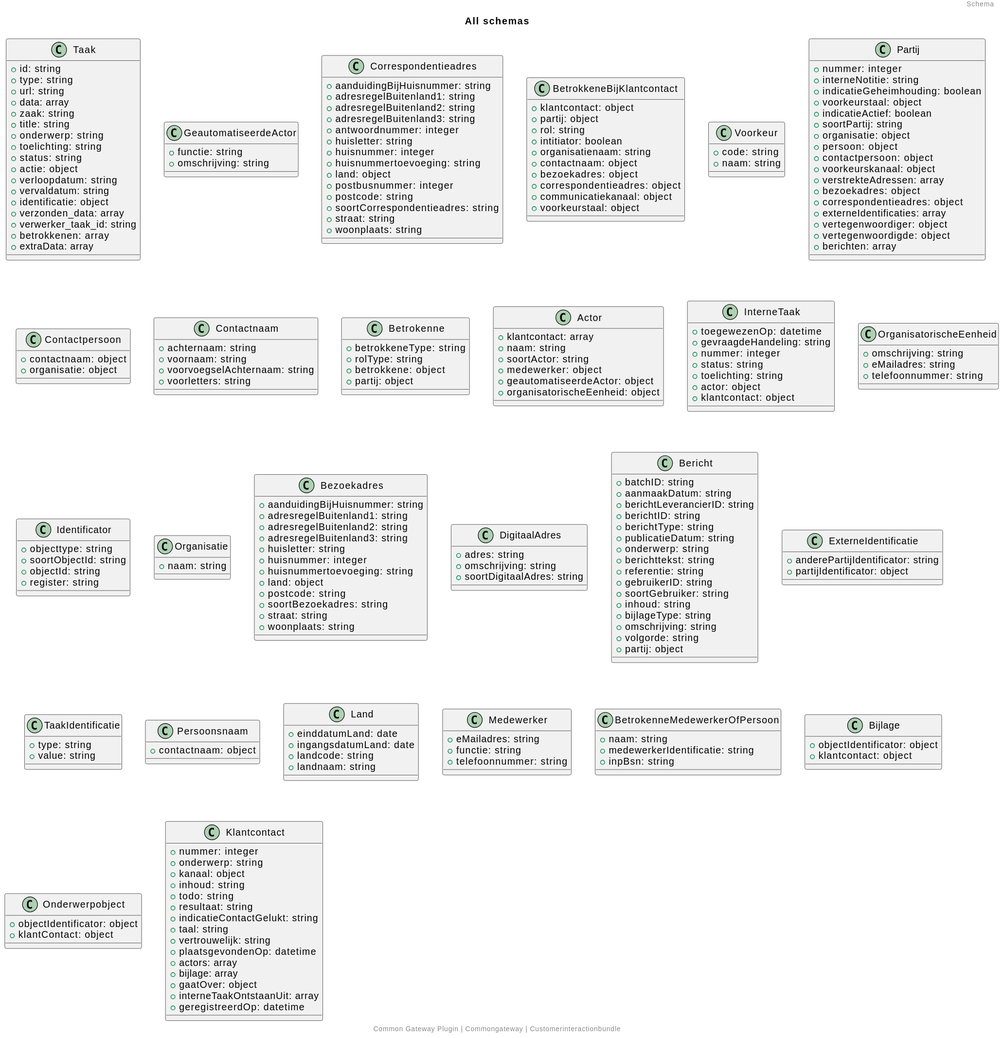
Earlier version of the PlantUML export docs/schema/all_schema_classes.svg (CommonGateway/CustomerInteractionBundle).
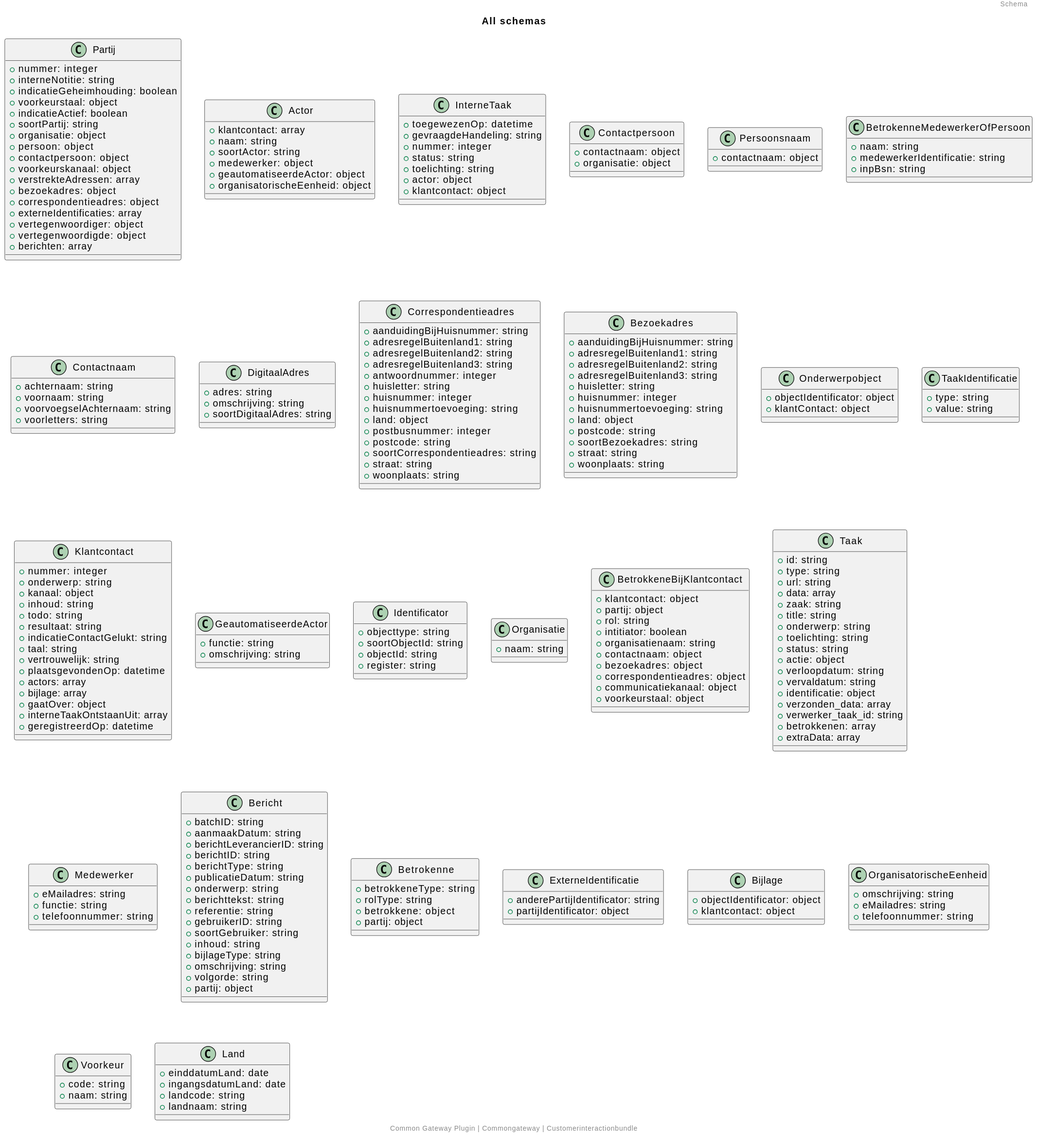
The same file after the commit.

Change to the diagram source:
```diff
@@ -2,6 +2,145 @@
 title: All schemas
 footer: Common Gateway Plugin | Commongateway | Customerinteractionbundle
 header: Schema
+class Partij {
+  + nummer: integer
+  + interneNotitie: string
+  + indicatieGeheimhouding: boolean
+  + voorkeurstaal: object
+  + indicatieActief: boolean
+  + soortPartij: string
+  + organisatie: object
+  + persoon: object
+  + contactpersoon: object
+  + voorkeurskanaal: object
+  + verstrekteAdressen: array
+  + bezoekadres: object
+  + correspondentieadres: object
+  + externeIdentificaties: array
+  + vertegenwoordiger: object
+  + vertegenwoordigde: object
+  + berichten: array
+}
+class Actor {
+  + klantcontact: array
+  + naam: string
+  + soortActor: string
+  + medewerker: object
+  + geautomatiseerdeActor: object
+  + organisatorischeEenheid: object
+}
+class InterneTaak {
+  + toegewezenOp: datetime
+  + gevraagdeHandeling: string
+  + nummer: integer
+  + status: string
+  + toelichting: string
+  + actor: object
+  + klantcontact: object
+}
+class Contactpersoon {
+  + contactnaam: object
+  + organisatie: object
+}
+class Persoonsnaam {
+  + contactnaam: object
+}
+class BetrokenneMedewerkerOfPersoon {
+  + naam: string
+  + medewerkerIdentificatie: string
+  + inpBsn: string
+}
+class Contactnaam {
+  + achternaam: string
+  + voornaam: string
+  + voorvoegselAchternaam: string
+  + voorletters: string
+}
+class DigitaalAdres {
+  + adres: string
+  + omschrijving: string
+  + soortDigitaalAdres: string
+}
+class Correspondentieadres {
+  + aanduidingBijHuisnummer: string
+  + adresregelBuitenland1: string
+  + adresregelBuitenland2: string
+  + adresregelBuitenland3: string
+  + antwoordnummer: integer
+  + huisletter: string
+  + huisnummer: integer
+  + huisnummertoevoeging: string
+  + land: object
+  + postbusnummer: integer
+  + postcode: string
+  + soortCorrespondentieadres: string
+  + straat: string
+  + woonplaats: string
+}
+class Bezoekadres {
+  + aanduidingBijHuisnummer: string
+  + adresregelBuitenland1: string
+  + adresregelBuitenland2: string
+  + adresregelBuitenland3: string
+  + huisletter: string
+  + huisnummer: integer
+  + huisnummertoevoeging: string
+  + land: object
+  + postcode: string
+  + soortBezoekadres: string
+  + straat: string
+  + woonplaats: string
+}
+class Onderwerpobject {
+  + objectIdentificator: object
+  + klantContact: object
+}
+class TaakIdentificatie {
+  + type: string
+  + value: string
+}
+class Klantcontact {
+  + nummer: integer
+  + onderwerp: string
+  + kanaal: object
+  + inhoud: string
+  + todo: string
+  + resultaat: string
+  + indicatieContactGelukt: string
+  + taal: string
+  + vertrouwelijk: string
+  + plaatsgevondenOp: datetime
+  + actors: array
+  + bijlage: array
+  + gaatOver: object
+  + interneTaakOntstaanUit: array
+  + geregistreerdOp: datetime
+}
+class GeautomatiseerdeActor {
+  + functie: string
+  + omschrijving: string
+}
+class Identificator {
+  + objecttype: string
+  + soortObjectId: string
+  + objectId: string
+  + register: string
+}
+class Organisatie {
+  + naam: string
+}
+class BetrokkeneBijKlantcontact {
+  + klantcontact: object
+  + partij: object
+  + rol: string
+  + intitiator: boolean
+  + organisatienaam: string
+  + contactnaam: object
+  + bezoekadres: object
+  + correspondentieadres: object
+  + communicatiekanaal: object
+  + voorkeurstaal: object
+}
 class Taak {
   + id: string
   + type: string
@@ -21,126 +160,10 @@
   + betrokkenen: array
   + extraData: array
 }
-class GeautomatiseerdeActor {
+class Medewerker {
+  + eMailadres: string
   + functie: string
-  + omschrijving: string
-}
-class Correspondentieadres {
-  + aanduidingBijHuisnummer: string
-  + adresregelBuitenland1: string
-  + adresregelBuitenland2: string
-  + adresregelBuitenland3: string
-  + antwoordnummer: integer
-  + huisletter: string
-  + huisnummer: integer
-  + huisnummertoevoeging: string
-  + land: object
-  + postbusnummer: integer
-  + postcode: string
-  + soortCorrespondentieadres: string
-  + straat: string
-  + woonplaats: string
-}
-class BetrokkeneBijKlantcontact {
-  + klantcontact: object
-  + partij: object
-  + rol: string
-  + intitiator: boolean
-  + organisatienaam: string
-  + contactnaam: object
-  + bezoekadres: object
-  + correspondentieadres: object
-  + communicatiekanaal: object
-  + voorkeurstaal: object
-}
-class Voorkeur {
-  + code: string
-  + naam: string
-}
-class Partij {
-  + nummer: integer
-  + interneNotitie: string
-  + indicatieGeheimhouding: boolean
-  + voorkeurstaal: object
-  + indicatieActief: boolean
-  + soortPartij: string
-  + organisatie: object
-  + persoon: object
-  + contactpersoon: object
-  + voorkeurskanaal: object
-  + verstrekteAdressen: array
-  + bezoekadres: object
-  + correspondentieadres: object
-  + externeIdentificaties: array
-  + vertegenwoordiger: object
-  + vertegenwoordigde: object
-  + berichten: array
-}
-class Contactpersoon {
-  + contactnaam: object
-  + organisatie: object
-}
-class Contactnaam {
-  + achternaam: string
-  + voornaam: string
-  + voorvoegselAchternaam: string
-  + voorletters: string
-}
-class Betrokenne {
-  + betrokkeneType: string
-  + rolType: string
-  + betrokkene: object
-  + partij: object
-}
-class Actor {
-  + klantcontact: array
-  + naam: string
-  + soortActor: string
-  + medewerker: object
-  + geautomatiseerdeActor: object
-  + organisatorischeEenheid: object
-}
-class InterneTaak {
-  + toegewezenOp: datetime
-  + gevraagdeHandeling: string
-  + nummer: integer
-  + status: string
-  + toelichting: string
-  + actor: object
-  + klantcontact: object
-}
-class OrganisatorischeEenheid {
-  + omschrijving: string
-  + eMailadres: string
   + telefoonnummer: string
-}
-class Identificator {
-  + objecttype: string
-  + soortObjectId: string
-  + objectId: string
-  + register: string
-}
-class Organisatie {
-  + naam: string
-}
-class Bezoekadres {
-  + aanduidingBijHuisnummer: string
-  + adresregelBuitenland1: string
-  + adresregelBuitenland2: string
-  + adresregelBuitenland3: string
-  + huisletter: string
-  + huisnummer: integer
-  + huisnummertoevoeging: string
-  + land: object
-  + postcode: string
-  + soortBezoekadres: string
-  + straat: string
-  + woonplaats: string
-}
-class DigitaalAdres {
-  + adres: string
-  + omschrijving: string
-  + soortDigitaalAdres: string
 }
 class Bericht {
   + batchID: string
@@ -160,16 +183,28 @@
   + volgorde: string
   + partij: object
 }
+class Betrokenne {
+  + betrokkeneType: string
+  + rolType: string
+  + betrokkene: object
+  + partij: object
+}
 class ExterneIdentificatie {
   + anderePartijIdentificator: string
   + partijIdentificator: object
 }
-class TaakIdentificatie {
-  + type: string
-  + value: string
+class Bijlage {
+  + objectIdentificator: object
+  + klantcontact: object
 }
-class Persoonsnaam {
-  + contactnaam: object
+class OrganisatorischeEenheid {
+  + omschrijving: string
+  + eMailadres: string
+  + telefoonnummer: string
+}
+class Voorkeur {
+  + code: string
+  + naam: string
 }
 class Land {
   + einddatumLand: date
@@ -177,39 +212,4 @@
   + landcode: string
   + landnaam: string
 }
-class Medewerker {
-  + eMailadres: string
-  + functie: string
-  + telefoonnummer: string
-}
-class BetrokenneMedewerkerOfPersoon {
-  + naam: string
-  + medewerkerIdentificatie: string
-  + inpBsn: string
-}
-class Bijlage {
-  + objectIdentificator: object
-  + klantcontact: object
-}
-class Onderwerpobject {
-  + objectIdentificator: object
-  + klantContact: object
-}
-class Klantcontact {
-  + nummer: integer
-  + onderwerp: string
-  + kanaal: object
-  + inhoud: string
-  + todo: string
-  + resultaat: string
-  + indicatieContactGelukt: string
-  + taal: string
-  + vertrouwelijk: string
-  + plaatsgevondenOp: datetime
-  + actors: array
-  + bijlage: array
-  + gaatOver: object
-  + interneTaakOntstaanUit: array
-  + geregistreerdOp: datetime
-}
 @enduml
```
